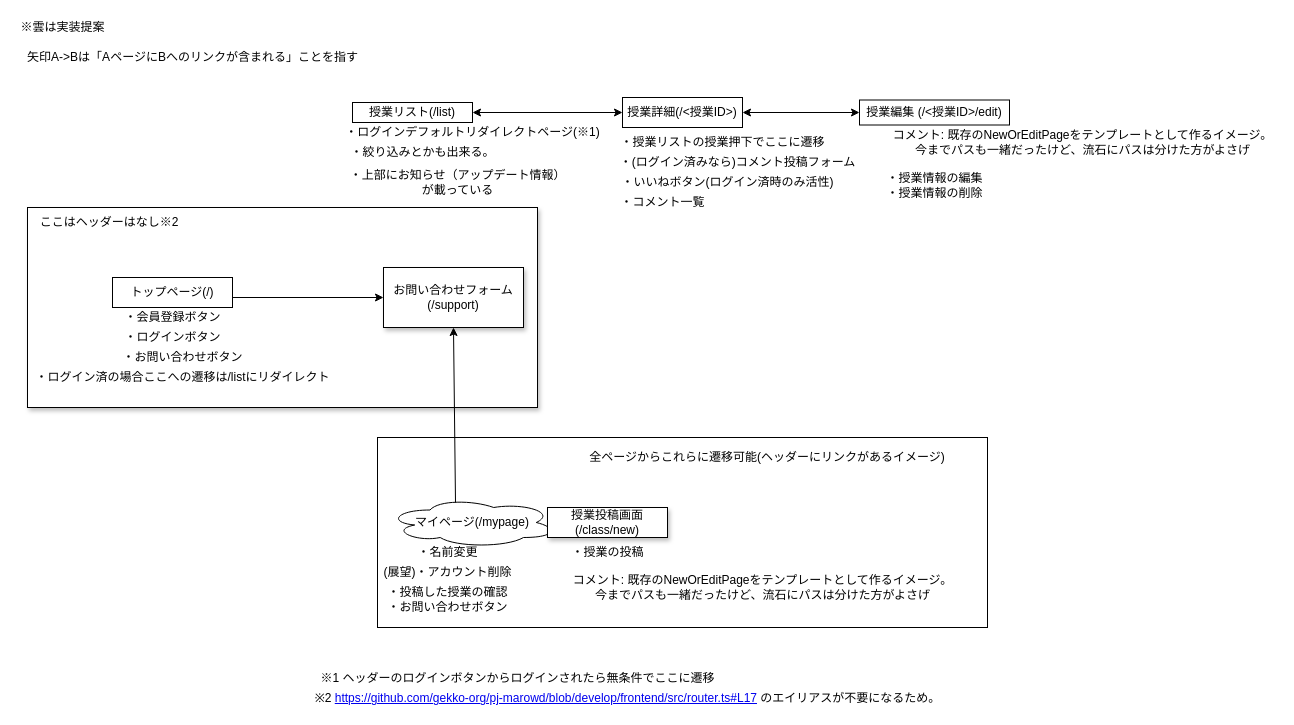
gekko-org/pj-marowd keeps this draw.io diagram as 画面遷移図.drawio. Above is the earlier version. Source tidied: cells renumbered, new cells numbered last; positions are measured from the earlier drawing's top-left corner, leaving out a move shared by most shapes. Both pictures are drawn from the tidied source at 100%, with x=0, y=0 at pixel (17, 17).
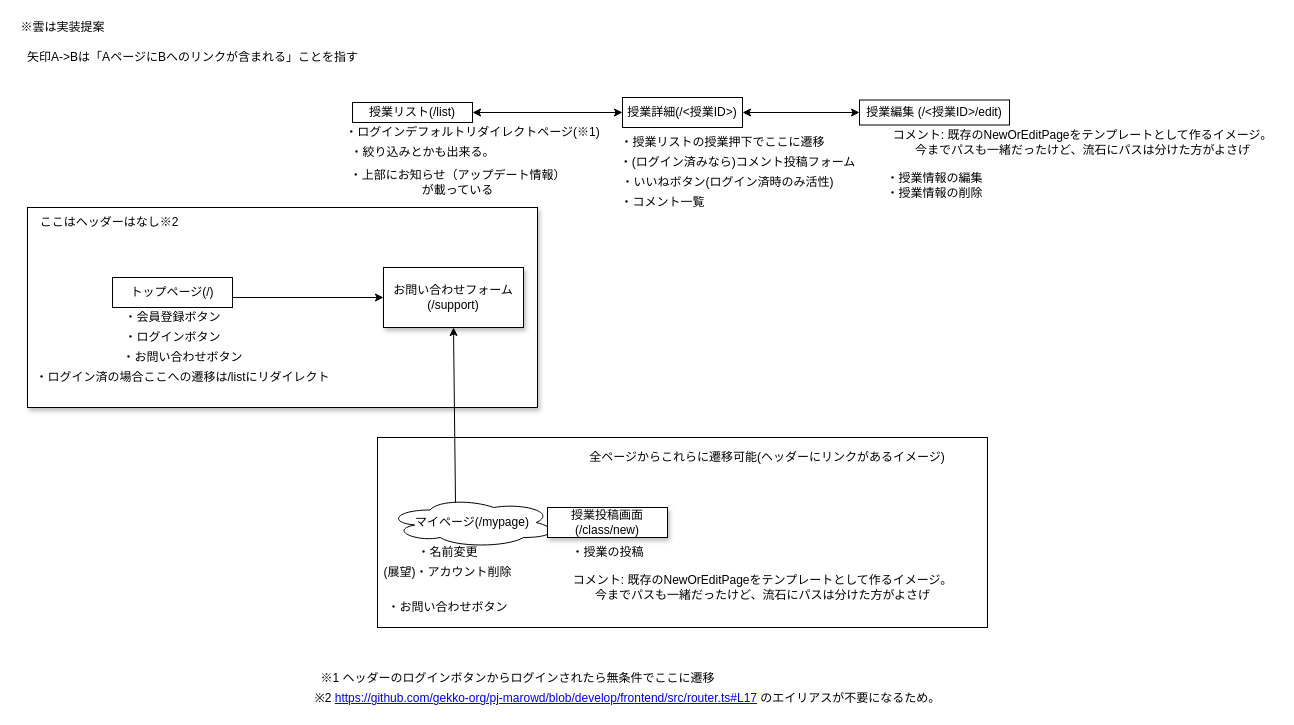
Above is the later version.

Commit message:
Update 画面遷移図.drawio

Change to the diagram source:
```diff
@@
-    <mxCell id="28" value="・投稿した授業の確認" style="text;html=1;align=center;verticalAlign=middle;" parent="1" vertex="1">
-      <mxGeometry x="360" y="565" width="140" height="20" as="geometry" />
-    </mxCell>
```
